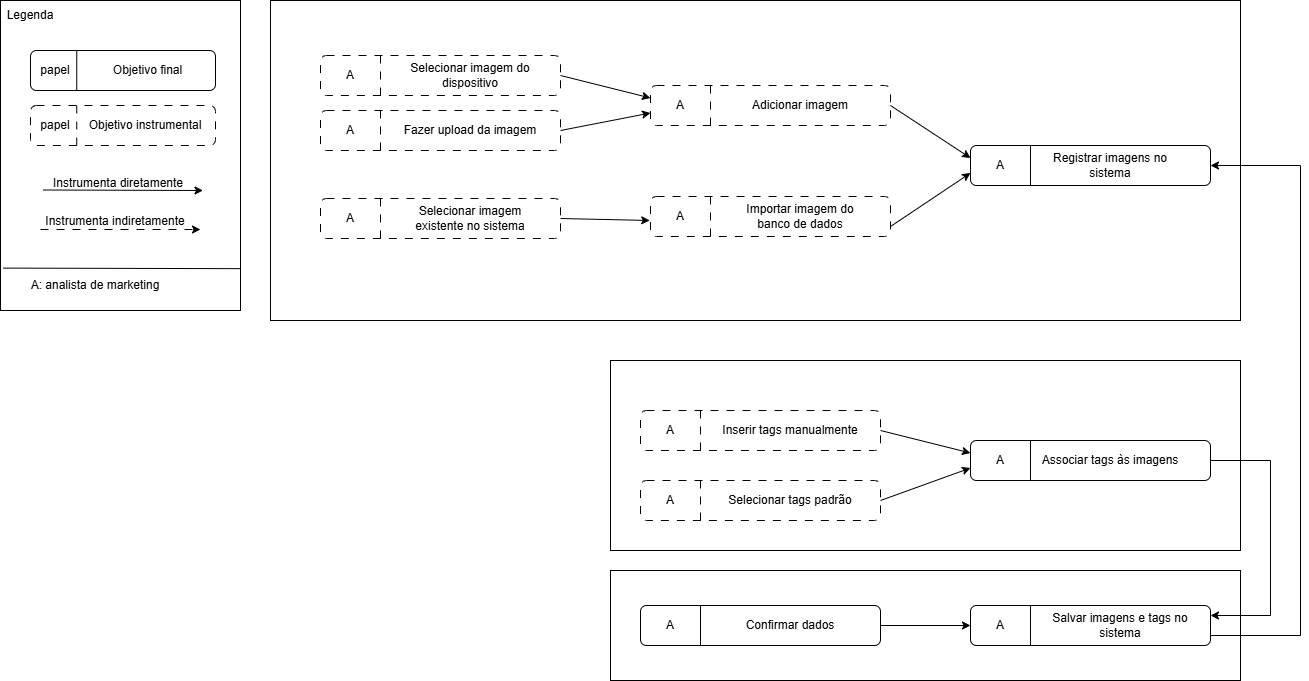
The draw.io diagram docs/imagens/modelo_conceitual/Mapa_objetivo_registrar_imagens.png in NathaliaShimokawa/CC8122-Interface-Humano-Computador, before a commit. Source tidied: cells renumbered, new cells last; positions are measured from the earlier drawing's top-left corner, leaving out a move shared by most shapes. The source it was exported from:
```xml
<mxGraphModel>
  <root>
    <mxCell id="0" />
    <mxCell id="1" parent="0" />
    <mxCell id="2" style="rounded=0;whiteSpace=wrap;html=1;" parent="1" vertex="1">
      <mxGeometry x="610" y="570" width="630" height="110" as="geometry" />
    </mxCell>
    <mxCell id="3" style="rounded=0;whiteSpace=wrap;html=1;" parent="1" vertex="1">
      <mxGeometry x="610" y="360" width="630" height="190" as="geometry" />
    </mxCell>
    <mxCell id="4" style="rounded=0;whiteSpace=wrap;html=1;" parent="1" vertex="1">
      <mxGeometry x="270" width="970" height="320" as="geometry" />
    </mxCell>
    <mxCell id="5" style="rounded=1;whiteSpace=wrap;html=1;dashed=1;dashPattern=8 8;" parent="1" vertex="1">
      <mxGeometry x="650" y="85" width="240" height="40" as="geometry" />
    </mxCell>
    <mxCell id="6" style="endArrow=none;html=1;rounded=0;entryX=0.25;entryY=0;entryDx=0;entryDy=0;exitX=0.25;exitY=1;exitDx=0;exitDy=0;dashed=1;dashPattern=8 8;" parent="1" edge="1" source="5" target="5">
      <mxGeometry relative="1" as="geometry" />
    </mxCell>
    <mxCell id="7" style="rounded=1;whiteSpace=wrap;html=1;" parent="1" vertex="1">
      <mxGeometry x="970" y="440" width="240" height="40" as="geometry" />
    </mxCell>
    <mxCell id="8" style="endArrow=none;html=1;rounded=0;entryX=0.25;entryY=0;entryDx=0;entryDy=0;exitX=0.25;exitY=1;exitDx=0;exitDy=0;" parent="1" edge="1">
      <mxGeometry relative="1" as="geometry">
        <mxPoint x="1030" y="480" as="sourcePoint" />
        <mxPoint x="1030" y="440" as="targetPoint" />
      </mxGeometry>
    </mxCell>
    <mxCell id="9" style="rounded=1;whiteSpace=wrap;html=1;" parent="1" vertex="1">
      <mxGeometry x="970" y="605" width="240" height="40" as="geometry" />
    </mxCell>
    <mxCell id="10" style="endArrow=none;html=1;rounded=0;entryX=0.25;entryY=0;entryDx=0;entryDy=0;exitX=0.25;exitY=1;exitDx=0;exitDy=0;" parent="1" edge="1" source="9" target="9">
      <mxGeometry relative="1" as="geometry" />
    </mxCell>
    <mxCell id="11" value="Adicionar imagem" style="text;html=1;whiteSpace=wrap;strokeColor=none;fillColor=none;align=center;verticalAlign=middle;rounded=0;" parent="1" vertex="1">
      <mxGeometry x="730" y="90" width="140" height="30" as="geometry" />
    </mxCell>
    <mxCell id="12" value="Associar tags às imagens" style="text;html=1;whiteSpace=wrap;strokeColor=none;fillColor=none;align=center;verticalAlign=middle;rounded=0;" parent="1" vertex="1">
      <mxGeometry x="1040" y="445" width="140" height="30" as="geometry" />
    </mxCell>
    <mxCell id="13" value="Salvar imagens e tags no sistema" style="text;html=1;whiteSpace=wrap;strokeColor=none;fillColor=none;align=center;verticalAlign=middle;rounded=0;" parent="1" vertex="1">
      <mxGeometry x="1050" y="610" width="140" height="30" as="geometry" />
    </mxCell>
    <mxCell id="14" value="A" style="text;html=1;whiteSpace=wrap;strokeColor=none;fillColor=none;align=center;verticalAlign=middle;rounded=0;" parent="1" vertex="1">
      <mxGeometry x="650" y="90" width="60" height="30" as="geometry" />
    </mxCell>
    <mxCell id="15" value="A" style="text;html=1;whiteSpace=wrap;strokeColor=none;fillColor=none;align=center;verticalAlign=middle;rounded=0;" parent="1" vertex="1">
      <mxGeometry x="970" y="445" width="60" height="30" as="geometry" />
    </mxCell>
    <mxCell id="16" value="A" style="text;html=1;whiteSpace=wrap;strokeColor=none;fillColor=none;align=center;verticalAlign=middle;rounded=0;" parent="1" vertex="1">
      <mxGeometry x="970" y="610" width="60" height="30" as="geometry" />
    </mxCell>
    <mxCell id="17" style="rounded=1;whiteSpace=wrap;html=1;dashed=1;dashPattern=8 8;" parent="1" vertex="1">
      <mxGeometry x="320" y="55" width="240" height="40" as="geometry" />
    </mxCell>
    <mxCell id="18" style="endArrow=none;html=1;rounded=0;entryX=0.25;entryY=0;entryDx=0;entryDy=0;exitX=0.25;exitY=1;exitDx=0;exitDy=0;dashed=1;dashPattern=8 8;" parent="1" edge="1" source="17" target="17">
      <mxGeometry relative="1" as="geometry" />
    </mxCell>
    <mxCell id="19" value="Selecionar imagem do dispositivo" style="text;html=1;whiteSpace=wrap;strokeColor=none;fillColor=none;align=center;verticalAlign=middle;rounded=0;" parent="1" vertex="1">
      <mxGeometry x="400" y="60" width="140" height="30" as="geometry" />
    </mxCell>
    <mxCell id="20" value="A" style="text;html=1;whiteSpace=wrap;strokeColor=none;fillColor=none;align=center;verticalAlign=middle;rounded=0;" parent="1" vertex="1">
      <mxGeometry x="320" y="60" width="60" height="30" as="geometry" />
    </mxCell>
    <mxCell id="21" style="rounded=1;whiteSpace=wrap;html=1;dashed=1;dashPattern=8 8;" parent="1" vertex="1">
      <mxGeometry x="320" y="110" width="240" height="40" as="geometry" />
    </mxCell>
    <mxCell id="22" style="endArrow=none;html=1;rounded=0;entryX=0.25;entryY=0;entryDx=0;entryDy=0;dashed=1;dashPattern=8 8;" parent="1" edge="1" target="21">
      <mxGeometry relative="1" as="geometry">
        <mxPoint x="380" y="150" as="sourcePoint" />
      </mxGeometry>
    </mxCell>
    <mxCell id="23" value="Fazer upload da imagem" style="text;html=1;whiteSpace=wrap;strokeColor=none;fillColor=none;align=center;verticalAlign=middle;rounded=0;" parent="1" vertex="1">
      <mxGeometry x="400" y="115" width="140" height="30" as="geometry" />
    </mxCell>
    <mxCell id="24" value="A" style="text;html=1;whiteSpace=wrap;strokeColor=none;fillColor=none;align=center;verticalAlign=middle;rounded=0;" parent="1" vertex="1">
      <mxGeometry x="320" y="115" width="60" height="30" as="geometry" />
    </mxCell>
    <mxCell id="25" style="rounded=1;whiteSpace=wrap;html=1;dashed=1;dashPattern=8 8;" parent="1" vertex="1">
      <mxGeometry x="640" y="410" width="240" height="40" as="geometry" />
    </mxCell>
    <mxCell id="26" style="endArrow=none;html=1;rounded=0;entryX=0.25;entryY=0;entryDx=0;entryDy=0;exitX=0.25;exitY=1;exitDx=0;exitDy=0;dashed=1;dashPattern=8 8;" parent="1" edge="1" source="25" target="25">
      <mxGeometry relative="1" as="geometry" />
    </mxCell>
    <mxCell id="27" value="Inserir tags manualmente" style="text;html=1;whiteSpace=wrap;strokeColor=none;fillColor=none;align=center;verticalAlign=middle;rounded=0;" parent="1" vertex="1">
      <mxGeometry x="720" y="415" width="140" height="30" as="geometry" />
    </mxCell>
    <mxCell id="28" value="A" style="text;html=1;whiteSpace=wrap;strokeColor=none;fillColor=none;align=center;verticalAlign=middle;rounded=0;" parent="1" vertex="1">
      <mxGeometry x="640" y="415" width="60" height="30" as="geometry" />
    </mxCell>
    <mxCell id="29" style="endArrow=classic;html=1;rounded=0;exitX=1;exitY=0.5;exitDx=0;exitDy=0;entryX=0;entryY=0.25;entryDx=0;entryDy=0;" parent="1" edge="1" source="17" target="14">
      <mxGeometry relative="1" as="geometry" />
    </mxCell>
    <mxCell id="30" style="endArrow=classic;html=1;rounded=0;entryX=0;entryY=0.75;entryDx=0;entryDy=0;exitX=1;exitY=0.5;exitDx=0;exitDy=0;" parent="1" edge="1" source="21" target="14">
      <mxGeometry relative="1" as="geometry" />
    </mxCell>
    <mxCell id="31" style="rounded=1;whiteSpace=wrap;html=1;dashed=1;dashPattern=8 8;" parent="1" vertex="1">
      <mxGeometry x="640" y="480" width="240" height="40" as="geometry" />
    </mxCell>
    <mxCell id="32" style="endArrow=none;html=1;rounded=0;entryX=0.25;entryY=0;entryDx=0;entryDy=0;exitX=0.25;exitY=1;exitDx=0;exitDy=0;dashed=1;dashPattern=8 8;" parent="1" edge="1" source="31" target="31">
      <mxGeometry relative="1" as="geometry" />
    </mxCell>
    <mxCell id="33" value="Selecionar tags padrão" style="text;html=1;whiteSpace=wrap;strokeColor=none;fillColor=none;align=center;verticalAlign=middle;rounded=0;" parent="1" vertex="1">
      <mxGeometry x="720" y="485" width="140" height="30" as="geometry" />
    </mxCell>
    <mxCell id="34" value="A" style="text;html=1;whiteSpace=wrap;strokeColor=none;fillColor=none;align=center;verticalAlign=middle;rounded=0;" parent="1" vertex="1">
      <mxGeometry x="640" y="485" width="60" height="30" as="geometry" />
    </mxCell>
    <mxCell id="35" style="endArrow=classic;html=1;rounded=0;entryX=0;entryY=0.25;entryDx=0;entryDy=0;exitX=1;exitY=0.5;exitDx=0;exitDy=0;" parent="1" edge="1" source="25" target="15">
      <mxGeometry relative="1" as="geometry" />
    </mxCell>
    <mxCell id="36" style="endArrow=classic;html=1;rounded=0;entryX=0;entryY=0.75;entryDx=0;entryDy=0;exitX=1;exitY=0.5;exitDx=0;exitDy=0;" parent="1" edge="1" source="31" target="15">
      <mxGeometry relative="1" as="geometry" />
    </mxCell>
    <mxCell id="37" style="rounded=1;whiteSpace=wrap;html=1;" parent="1" vertex="1">
      <mxGeometry x="640" y="605" width="240" height="40" as="geometry" />
    </mxCell>
    <mxCell id="38" style="endArrow=none;html=1;rounded=0;entryX=0.25;entryY=0;entryDx=0;entryDy=0;exitX=0.25;exitY=1;exitDx=0;exitDy=0;" parent="1" edge="1" source="37" target="37">
      <mxGeometry relative="1" as="geometry" />
    </mxCell>
    <mxCell id="39" value="Confirmar dados" style="text;html=1;whiteSpace=wrap;strokeColor=none;fillColor=none;align=center;verticalAlign=middle;rounded=0;" parent="1" vertex="1">
      <mxGeometry x="720" y="610" width="140" height="30" as="geometry" />
    </mxCell>
    <mxCell id="40" value="A" style="text;html=1;whiteSpace=wrap;strokeColor=none;fillColor=none;align=center;verticalAlign=middle;rounded=0;" parent="1" vertex="1">
      <mxGeometry x="640" y="610" width="60" height="30" as="geometry" />
    </mxCell>
    <mxCell id="41" style="endArrow=classic;html=1;rounded=0;entryX=0;entryY=0.5;entryDx=0;entryDy=0;exitX=1;exitY=0.5;exitDx=0;exitDy=0;" parent="1" edge="1" source="37" target="16">
      <mxGeometry relative="1" as="geometry" />
    </mxCell>
    <mxCell id="42" style="rounded=0;whiteSpace=wrap;html=1;" parent="1" vertex="1">
      <mxGeometry width="240" height="310" as="geometry" />
    </mxCell>
    <mxCell id="43" value="Legenda" style="text;html=1;whiteSpace=wrap;strokeColor=none;fillColor=none;align=center;verticalAlign=middle;rounded=0;" parent="1" vertex="1">
      <mxGeometry width="60" height="30" as="geometry" />
    </mxCell>
    <mxCell id="44" style="rounded=1;whiteSpace=wrap;html=1;" parent="1" vertex="1">
      <mxGeometry x="30" y="50" width="185" height="40" as="geometry" />
    </mxCell>
    <mxCell id="45" style="endArrow=none;html=1;rounded=0;entryX=0.25;entryY=0;entryDx=0;entryDy=0;exitX=0.25;exitY=1;exitDx=0;exitDy=0;" parent="1" edge="1" source="44" target="44">
      <mxGeometry relative="1" as="geometry" />
    </mxCell>
    <mxCell id="46" value="Objetivo final" style="text;html=1;whiteSpace=wrap;strokeColor=none;fillColor=none;align=center;verticalAlign=middle;rounded=0;" parent="1" vertex="1">
      <mxGeometry x="110" y="55" width="75" height="30" as="geometry" />
    </mxCell>
    <mxCell id="47" value="papel" style="text;html=1;whiteSpace=wrap;strokeColor=none;fillColor=none;align=center;verticalAlign=middle;rounded=0;" parent="1" vertex="1">
      <mxGeometry x="25" y="55" width="60" height="30" as="geometry" />
    </mxCell>
    <mxCell id="48" style="rounded=1;whiteSpace=wrap;html=1;dashed=1;dashPattern=8 8;" parent="1" vertex="1">
      <mxGeometry x="30" y="105" width="185" height="40" as="geometry" />
    </mxCell>
    <mxCell id="49" style="endArrow=none;html=1;rounded=0;entryX=0.25;entryY=0;entryDx=0;entryDy=0;exitX=0.25;exitY=1;exitDx=0;exitDy=0;dashed=1;dashPattern=8 8;" parent="1" edge="1" source="48" target="48">
      <mxGeometry relative="1" as="geometry" />
    </mxCell>
    <mxCell id="50" value="Objetivo instrumental" style="text;html=1;whiteSpace=wrap;strokeColor=none;fillColor=none;align=center;verticalAlign=middle;rounded=0;" parent="1" vertex="1">
      <mxGeometry x="85" y="110" width="120" height="30" as="geometry" />
    </mxCell>
    <mxCell id="51" value="papel" style="text;html=1;whiteSpace=wrap;strokeColor=none;fillColor=none;align=center;verticalAlign=middle;rounded=0;" parent="1" vertex="1">
      <mxGeometry x="25" y="110" width="60" height="30" as="geometry" />
    </mxCell>
    <mxCell id="52" style="endArrow=classic;html=1;rounded=0;entryX=0;entryY=0.5;entryDx=0;entryDy=0;dashed=1;dashPattern=8 8;" parent="1" edge="1">
      <mxGeometry relative="1" as="geometry">
        <mxPoint x="40" y="229" as="sourcePoint" />
        <mxPoint x="200" y="229" as="targetPoint" />
      </mxGeometry>
    </mxCell>
    <mxCell id="53" style="endArrow=classic;html=1;rounded=0;exitX=1;exitY=0.5;exitDx=0;exitDy=0;" parent="1" edge="1">
      <mxGeometry relative="1" as="geometry">
        <mxPoint x="42.5" y="189.5" as="sourcePoint" />
        <mxPoint x="202.5" y="190" as="targetPoint" />
      </mxGeometry>
    </mxCell>
    <mxCell id="54" value="Instrumenta indiretamente" style="text;html=1;whiteSpace=wrap;strokeColor=none;fillColor=none;align=center;verticalAlign=middle;rounded=0;" parent="1" vertex="1">
      <mxGeometry x="30" y="206" width="170" height="30" as="geometry" />
    </mxCell>
    <mxCell id="55" value="A: analista de marketing" style="text;html=1;whiteSpace=wrap;strokeColor=none;fillColor=none;align=center;verticalAlign=middle;rounded=0;" parent="1" vertex="1">
      <mxGeometry x="10" y="270" width="170" height="30" as="geometry" />
    </mxCell>
    <mxCell id="56" value="Instrumenta diretamente" style="text;html=1;whiteSpace=wrap;strokeColor=none;fillColor=none;align=center;verticalAlign=middle;rounded=0;" parent="1" vertex="1">
      <mxGeometry x="33" y="168" width="170" height="30" as="geometry" />
    </mxCell>
    <mxCell id="57" style="endArrow=none;html=1;rounded=0;exitX=0.011;exitY=0.86;exitDx=0;exitDy=0;exitPerimeter=0;entryX=0.999;entryY=0.865;entryDx=0;entryDy=0;entryPerimeter=0;" parent="1" edge="1" target="42">
      <mxGeometry relative="1" as="geometry">
        <mxPoint x="2.6" y="267.6" as="sourcePoint" />
      </mxGeometry>
    </mxCell>
    <mxCell id="58" style="rounded=1;whiteSpace=wrap;html=1;" parent="1" vertex="1">
      <mxGeometry x="970" y="145" width="240" height="40" as="geometry" />
    </mxCell>
    <mxCell id="59" style="endArrow=none;html=1;rounded=0;entryX=0.25;entryY=0;entryDx=0;entryDy=0;exitX=0.25;exitY=1;exitDx=0;exitDy=0;" parent="1" edge="1">
      <mxGeometry relative="1" as="geometry">
        <mxPoint x="1030" y="185" as="sourcePoint" />
        <mxPoint x="1030" y="145" as="targetPoint" />
      </mxGeometry>
    </mxCell>
    <mxCell id="60" value="Registrar imagens no sistema" style="text;html=1;whiteSpace=wrap;strokeColor=none;fillColor=none;align=center;verticalAlign=middle;rounded=0;" parent="1" vertex="1">
      <mxGeometry x="1040" y="150" width="140" height="30" as="geometry" />
    </mxCell>
    <mxCell id="61" value="A" style="text;html=1;whiteSpace=wrap;strokeColor=none;fillColor=none;align=center;verticalAlign=middle;rounded=0;" parent="1" vertex="1">
      <mxGeometry x="970" y="150" width="60" height="30" as="geometry" />
    </mxCell>
    <mxCell id="62" style="rounded=1;whiteSpace=wrap;html=1;dashed=1;dashPattern=8 8;" parent="1" vertex="1">
      <mxGeometry x="650" y="196" width="240" height="40" as="geometry" />
    </mxCell>
    <mxCell id="63" style="endArrow=none;html=1;rounded=0;entryX=0.25;entryY=0;entryDx=0;entryDy=0;exitX=0.25;exitY=1;exitDx=0;exitDy=0;dashed=1;dashPattern=8 8;" parent="1" edge="1" source="62" target="62">
      <mxGeometry relative="1" as="geometry" />
    </mxCell>
    <mxCell id="64" value="Importar imagem do banco de dados" style="text;html=1;whiteSpace=wrap;strokeColor=none;fillColor=none;align=center;verticalAlign=middle;rounded=0;" parent="1" vertex="1">
      <mxGeometry x="730" y="201" width="140" height="30" as="geometry" />
    </mxCell>
    <mxCell id="65" value="A" style="text;html=1;whiteSpace=wrap;strokeColor=none;fillColor=none;align=center;verticalAlign=middle;rounded=0;" parent="1" vertex="1">
      <mxGeometry x="650" y="201" width="60" height="30" as="geometry" />
    </mxCell>
    <mxCell id="66" style="rounded=1;whiteSpace=wrap;html=1;dashed=1;dashPattern=8 8;" parent="1" vertex="1">
      <mxGeometry x="320" y="198" width="240" height="40" as="geometry" />
    </mxCell>
    <mxCell id="67" style="endArrow=none;html=1;rounded=0;entryX=0.25;entryY=0;entryDx=0;entryDy=0;exitX=0.25;exitY=1;exitDx=0;exitDy=0;dashed=1;dashPattern=8 8;" parent="1" edge="1" source="66" target="66">
      <mxGeometry relative="1" as="geometry" />
    </mxCell>
    <mxCell id="68" value="Selecionar imagem existente no sistema" style="text;html=1;whiteSpace=wrap;strokeColor=none;fillColor=none;align=center;verticalAlign=middle;rounded=0;" parent="1" vertex="1">
      <mxGeometry x="400" y="203" width="140" height="30" as="geometry" />
    </mxCell>
    <mxCell id="69" value="A" style="text;html=1;whiteSpace=wrap;strokeColor=none;fillColor=none;align=center;verticalAlign=middle;rounded=0;" parent="1" vertex="1">
      <mxGeometry x="320" y="203" width="60" height="30" as="geometry" />
    </mxCell>
    <mxCell id="70" style="endArrow=classic;html=1;rounded=0;exitX=1;exitY=0.5;exitDx=0;exitDy=0;entryX=-0.013;entryY=0.633;entryDx=0;entryDy=0;entryPerimeter=0;" parent="1" edge="1" source="66" target="65">
      <mxGeometry relative="1" as="geometry" />
    </mxCell>
    <mxCell id="71" style="endArrow=classic;html=1;rounded=0;exitX=1;exitY=0.5;exitDx=0;exitDy=0;entryX=0;entryY=0.25;entryDx=0;entryDy=0;" parent="1" edge="1" source="5" target="61">
      <mxGeometry relative="1" as="geometry" />
    </mxCell>
    <mxCell id="72" style="endArrow=classic;html=1;rounded=0;exitX=1;exitY=0.75;exitDx=0;exitDy=0;entryX=0;entryY=0.75;entryDx=0;entryDy=0;" parent="1" edge="1" source="62" target="61">
      <mxGeometry relative="1" as="geometry" />
    </mxCell>
    <mxCell id="73" style="endArrow=classic;html=1;rounded=0;exitX=1;exitY=0.75;exitDx=0;exitDy=0;entryX=1;entryY=0.5;entryDx=0;entryDy=0;" parent="1" edge="1" source="9" target="58">
      <mxGeometry relative="1" as="geometry">
        <Array as="points">
          <mxPoint x="1300" y="635" />
          <mxPoint x="1300" y="165" />
        </Array>
      </mxGeometry>
    </mxCell>
    <mxCell id="74" style="endArrow=classic;html=1;rounded=0;exitX=1;exitY=0.5;exitDx=0;exitDy=0;entryX=1;entryY=0.25;entryDx=0;entryDy=0;" parent="1" edge="1" source="7" target="9">
      <mxGeometry relative="1" as="geometry">
        <Array as="points">
          <mxPoint x="1270" y="460" />
          <mxPoint x="1270" y="615" />
        </Array>
      </mxGeometry>
    </mxCell>
  </root>
</mxGraphModel>
```
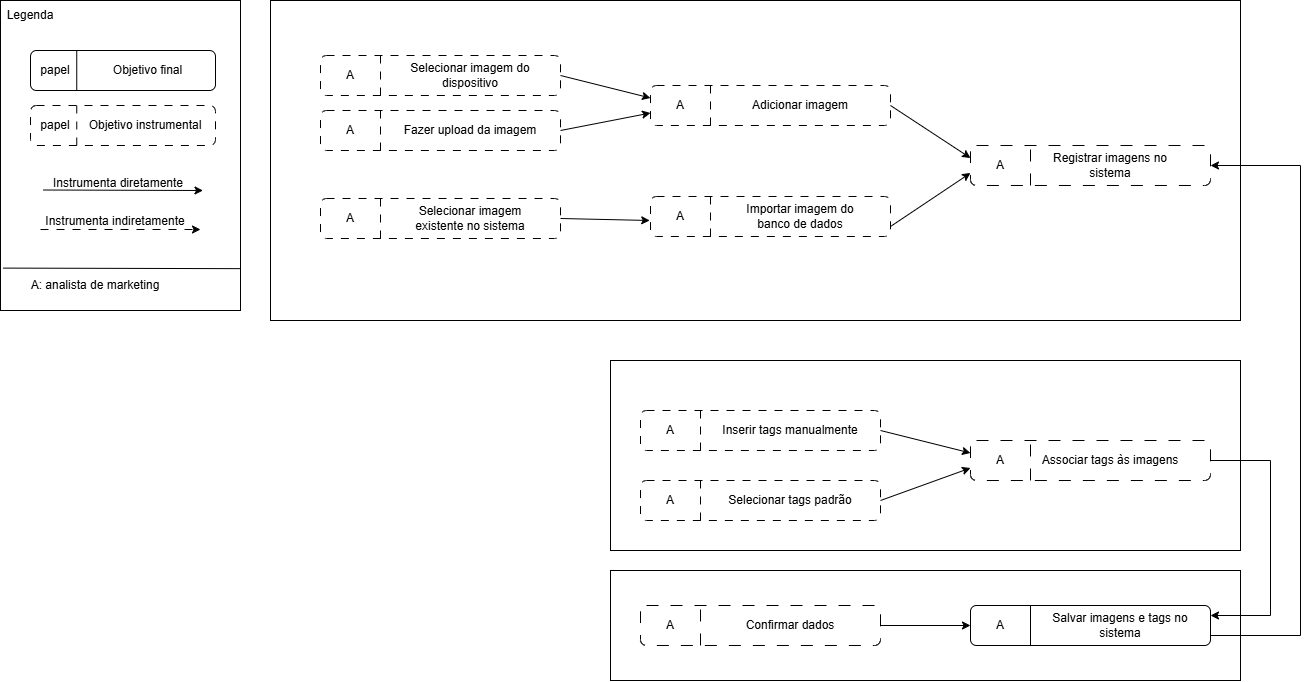
The same file after the commit.

Commit message:
Commit mapa de objetivo

The edit, as a diff of the source:
```diff
@@ -17,10 +17,10 @@
     <mxCell id="6" style="endArrow=none;html=1;rounded=0;entryX=0.25;entryY=0;entryDx=0;entryDy=0;exitX=0.25;exitY=1;exitDx=0;exitDy=0;dashed=1;dashPattern=8 8;" parent="1" edge="1" source="5" target="5">
       <mxGeometry relative="1" as="geometry" />
     </mxCell>
-    <mxCell id="7" style="rounded=1;whiteSpace=wrap;html=1;" parent="1" vertex="1">
+    <mxCell id="7" style="rounded=1;whiteSpace=wrap;html=1;dashed=1;dashPattern=12 12;" parent="1" vertex="1">
       <mxGeometry x="970" y="440" width="240" height="40" as="geometry" />
     </mxCell>
-    <mxCell id="8" style="endArrow=none;html=1;rounded=0;entryX=0.25;entryY=0;entryDx=0;entryDy=0;exitX=0.25;exitY=1;exitDx=0;exitDy=0;" parent="1" edge="1">
+    <mxCell id="8" style="endArrow=none;html=1;rounded=0;entryX=0.25;entryY=0;entryDx=0;entryDy=0;exitX=0.25;exitY=1;exitDx=0;exitDy=0;dashed=1;dashPattern=12 12;" parent="1" edge="1">
       <mxGeometry relative="1" as="geometry">
         <mxPoint x="1030" y="480" as="sourcePoint" />
         <mxPoint x="1030" y="440" as="targetPoint" />
@@ -112,10 +112,10 @@
     <mxCell id="36" style="endArrow=classic;html=1;rounded=0;entryX=0;entryY=0.75;entryDx=0;entryDy=0;exitX=1;exitY=0.5;exitDx=0;exitDy=0;" parent="1" edge="1" source="31" target="15">
       <mxGeometry relative="1" as="geometry" />
     </mxCell>
-    <mxCell id="37" style="rounded=1;whiteSpace=wrap;html=1;" parent="1" vertex="1">
+    <mxCell id="37" style="rounded=1;whiteSpace=wrap;html=1;dashed=1;dashPattern=12 12;" parent="1" vertex="1">
       <mxGeometry x="640" y="605" width="240" height="40" as="geometry" />
     </mxCell>
-    <mxCell id="38" style="endArrow=none;html=1;rounded=0;entryX=0.25;entryY=0;entryDx=0;entryDy=0;exitX=0.25;exitY=1;exitDx=0;exitDy=0;" parent="1" edge="1" source="37" target="37">
+    <mxCell id="38" style="endArrow=none;html=1;rounded=0;entryX=0.25;entryY=0;entryDx=0;entryDy=0;exitX=0.25;exitY=1;exitDx=0;exitDy=0;dashed=1;dashPattern=12 12;" parent="1" edge="1" source="37" target="37">
       <mxGeometry relative="1" as="geometry" />
     </mxCell>
     <mxCell id="39" value="Confirmar dados" style="text;html=1;whiteSpace=wrap;strokeColor=none;fillColor=none;align=center;verticalAlign=middle;rounded=0;" parent="1" vertex="1">
@@ -183,10 +183,10 @@
         <mxPoint x="2.6" y="267.6" as="sourcePoint" />
       </mxGeometry>
     </mxCell>
-    <mxCell id="58" style="rounded=1;whiteSpace=wrap;html=1;" parent="1" vertex="1">
+    <mxCell id="58" style="rounded=1;whiteSpace=wrap;html=1;dashed=1;dashPattern=12 12;" parent="1" vertex="1">
       <mxGeometry x="970" y="145" width="240" height="40" as="geometry" />
     </mxCell>
-    <mxCell id="59" style="endArrow=none;html=1;rounded=0;entryX=0.25;entryY=0;entryDx=0;entryDy=0;exitX=0.25;exitY=1;exitDx=0;exitDy=0;" parent="1" edge="1">
+    <mxCell id="59" style="endArrow=none;html=1;rounded=0;entryX=0.25;entryY=0;entryDx=0;entryDy=0;exitX=0.25;exitY=1;exitDx=0;exitDy=0;dashed=1;dashPattern=12 12;" parent="1" edge="1">
       <mxGeometry relative="1" as="geometry">
         <mxPoint x="1030" y="185" as="sourcePoint" />
         <mxPoint x="1030" y="145" as="targetPoint" />
```
